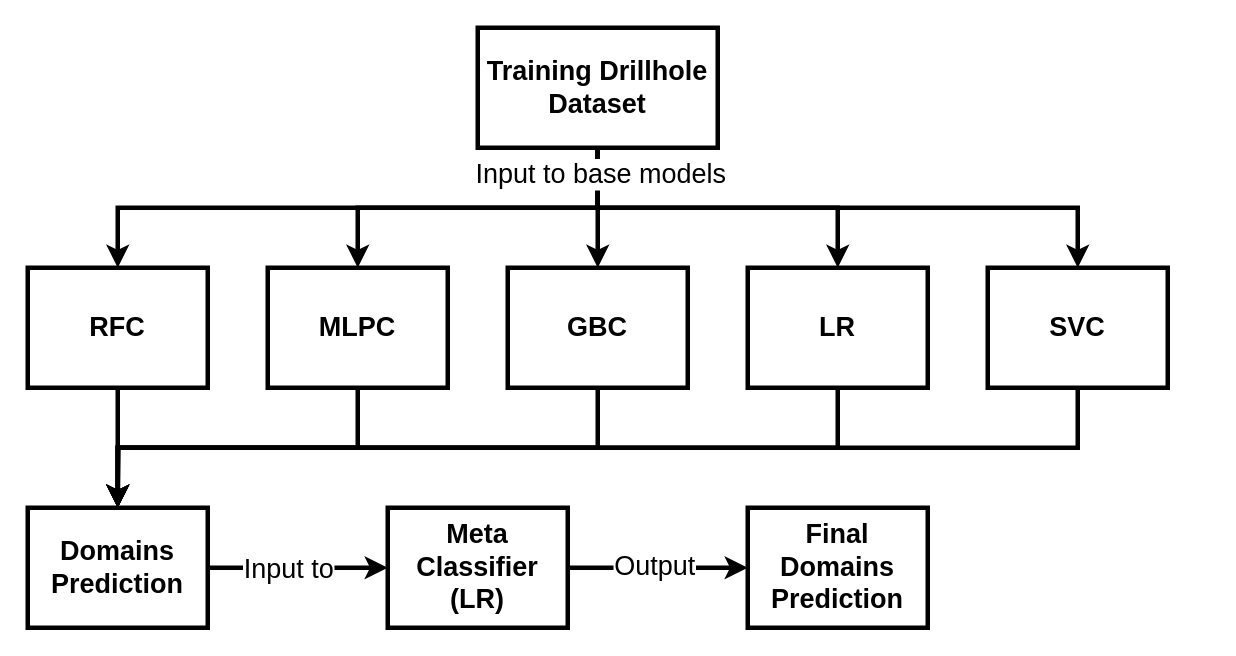
Before: Diagrama sin título.drawio in heberallin/Trabajos, a draw.io diagram. Source tidied: cells renumbered, new cells numbered last; positions are measured from the earlier drawing's top-left corner, leaving out a move shared by most shapes. Both pictures are drawn from the tidied source at 150%, with x=0, y=0 at pixel (27, 27).
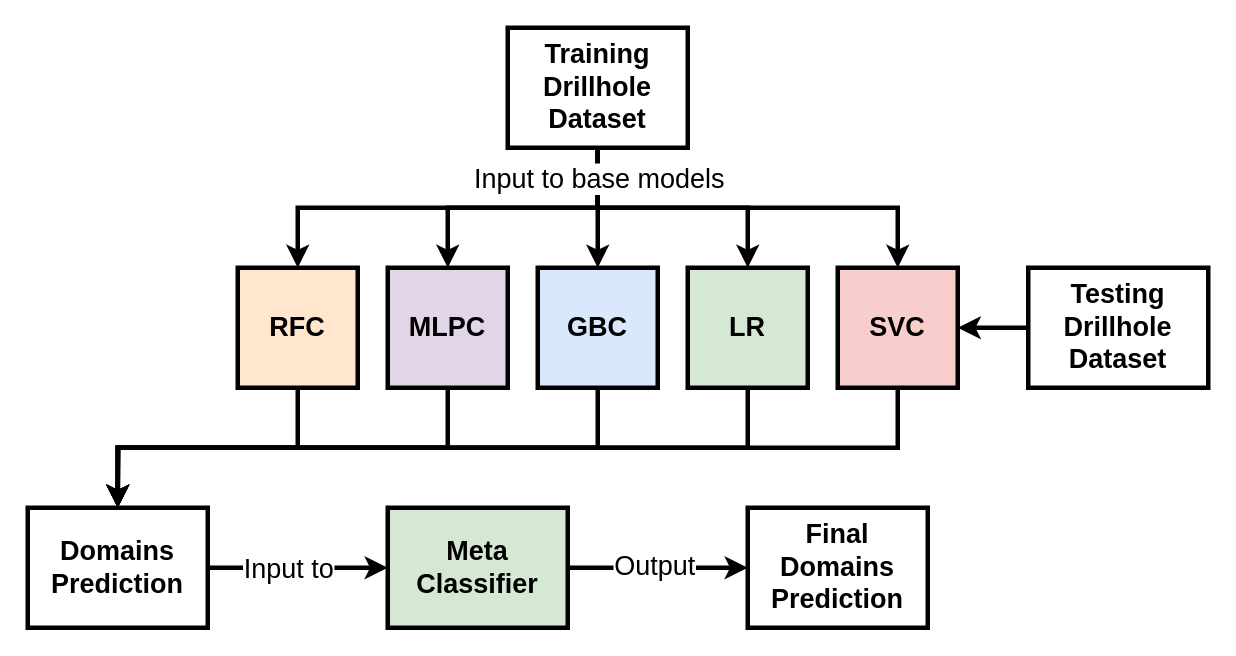
After the change.

Unchanged cells that the change refers to:
```xml
<mxCell id="6" style="edgeStyle=orthogonalEdgeStyle;rounded=0;jettySize=auto;html=1;exitX=0.5;exitY=1;exitDx=0;exitDy=0;entryX=0.5;entryY=0;entryDx=0;entryDy=0;strokeWidth=3;" parent="1" edge="1" source="8" target="16">
  <mxGeometry relative="1" as="geometry" />
</mxCell>
```

The edit, as a diff of the source:
```diff
@@
     <mxCell id="7" value="Input to base models" style="edgeLabel;html=1;align=center;verticalAlign=middle;fontSize=18;" parent="6" vertex="1">
-      <mxGeometry x="-0.86" y="1" relative="1" as="geometry" />
+      <mxGeometry x="-0.86" y="1" relative="1" as="geometry">
+        <mxPoint x="-1" y="7" as="offset" />
+      </mxGeometry>
     </mxCell>
     <mxCell id="8" value="&lt;font style=&quot;font-size: 18px;&quot;&gt;&lt;b&gt;Training Drillhole Dataset&lt;/b&gt;&lt;/font&gt;" style="rounded=0;whiteSpace=wrap;html=1;strokeWidth=3;" parent="1" vertex="1">
-      <mxGeometry x="300" width="160" height="80" as="geometry" />
+      <mxGeometry x="320" width="120" height="80" as="geometry" />
     </mxCell>
@@
-    <mxCell id="10" value="&lt;font style=&quot;font-size: 18px;&quot;&gt;&lt;b&gt;RFC&lt;/b&gt;&lt;/font&gt;" style="rounded=0;whiteSpace=wrap;html=1;strokeWidth=3;" parent="1" vertex="1">
-      <mxGeometry y="160" width="120" height="80" as="geometry" />
+    <mxCell id="10" value="&lt;font style=&quot;font-size: 18px;&quot;&gt;&lt;b&gt;RFC&lt;/b&gt;&lt;/font&gt;" style="rounded=0;whiteSpace=wrap;html=1;strokeWidth=3;fillColor=#ffe6cc;strokeColor=#000000;" parent="1" vertex="1">
+      <mxGeometry x="140" y="160" width="80" height="80" as="geometry" />
     </mxCell>
@@
-    <mxCell id="12" value="&lt;span style=&quot;font-size: 18px;&quot;&gt;&lt;b&gt;MLPC&lt;/b&gt;&lt;/span&gt;" style="rounded=0;whiteSpace=wrap;html=1;strokeWidth=3;" parent="1" vertex="1">
-      <mxGeometry x="160" y="160" width="120" height="80" as="geometry" />
+    <mxCell id="12" value="&lt;span style=&quot;font-size: 18px;&quot;&gt;&lt;b&gt;MLPC&lt;/b&gt;&lt;/span&gt;" style="rounded=0;whiteSpace=wrap;html=1;strokeWidth=3;fillColor=#e1d5e7;strokeColor=#000000;" parent="1" vertex="1">
+      <mxGeometry x="240" y="160" width="80" height="80" as="geometry" />
     </mxCell>
@@
-    <mxCell id="14" value="&lt;span style=&quot;font-size: 18px;&quot;&gt;&lt;b&gt;GBC&lt;/b&gt;&lt;/span&gt;" style="rounded=0;whiteSpace=wrap;html=1;strokeWidth=3;" parent="1" vertex="1">
-      <mxGeometry x="320" y="160" width="120" height="80" as="geometry" />
+    <mxCell id="14" value="&lt;span style=&quot;font-size: 18px;&quot;&gt;&lt;b&gt;GBC&lt;/b&gt;&lt;/span&gt;" style="rounded=0;whiteSpace=wrap;html=1;strokeWidth=3;fillColor=#dae8fc;strokeColor=#000000;" parent="1" vertex="1">
+      <mxGeometry x="340" y="160" width="80" height="80" as="geometry" />
     </mxCell>
@@
-    <mxCell id="16" value="&lt;span style=&quot;font-size: 18px;&quot;&gt;&lt;b&gt;LR&lt;/b&gt;&lt;/span&gt;" style="rounded=0;whiteSpace=wrap;html=1;strokeWidth=3;" parent="1" vertex="1">
-      <mxGeometry x="480" y="160" width="120" height="80" as="geometry" />
+    <mxCell id="16" value="&lt;span style=&quot;font-size: 18px;&quot;&gt;&lt;b&gt;LR&lt;/b&gt;&lt;/span&gt;" style="rounded=0;whiteSpace=wrap;html=1;strokeWidth=3;fillColor=#d5e8d4;strokeColor=#000000;" parent="1" vertex="1">
+      <mxGeometry x="440" y="160" width="80" height="80" as="geometry" />
     </mxCell>
@@
-    <mxCell id="18" value="&lt;span style=&quot;font-size: 18px;&quot;&gt;&lt;b&gt;SVC&lt;/b&gt;&lt;/span&gt;" style="rounded=0;whiteSpace=wrap;html=1;strokeWidth=3;" parent="1" vertex="1">
-      <mxGeometry x="640" y="160" width="120" height="80" as="geometry" />
+    <mxCell id="18" value="&lt;span style=&quot;font-size: 18px;&quot;&gt;&lt;b&gt;SVC&lt;/b&gt;&lt;/span&gt;" style="rounded=0;whiteSpace=wrap;html=1;strokeWidth=3;fillColor=#f8cecc;strokeColor=#000000;" parent="1" vertex="1">
+      <mxGeometry x="540" y="160" width="80" height="80" as="geometry" />
     </mxCell>
@@
-    <mxCell id="21" value="&lt;font style=&quot;font-size: 18px;&quot;&gt;&lt;b&gt;Meta Classifier (LR)&lt;/b&gt;&lt;/font&gt;" style="rounded=0;whiteSpace=wrap;html=1;strokeWidth=3;" parent="1" vertex="1">
+    <mxCell id="21" value="&lt;font style=&quot;font-size: 18px;&quot;&gt;&lt;b&gt;Meta Classifier&lt;/b&gt;&lt;/font&gt;" style="rounded=0;whiteSpace=wrap;html=1;strokeWidth=3;fillColor=#d5e8d4;strokeColor=#000000;" parent="1" vertex="1">
       <mxGeometry x="240" y="320" width="120" height="80" as="geometry" />
     </mxCell>
@@
+    <mxCell id="26" style="edgeStyle=orthogonalEdgeStyle;rounded=0;jettySize=auto;html=1;exitX=0;exitY=0.5;exitDx=0;exitDy=0;entryX=1;entryY=0.5;entryDx=0;entryDy=0;strokeWidth=3;" parent="1" edge="1" source="27" target="18">
+      <mxGeometry relative="1" as="geometry" />
+    </mxCell>
+    <mxCell id="27" value="&lt;font style=&quot;font-size: 18px;&quot;&gt;&lt;b&gt;Testing Drillhole Dataset&lt;/b&gt;&lt;/font&gt;" style="rounded=0;whiteSpace=wrap;html=1;strokeWidth=3;" parent="1" vertex="1">
+      <mxGeometry x="667" y="160" width="120" height="80" as="geometry" />
+    </mxCell>
```
